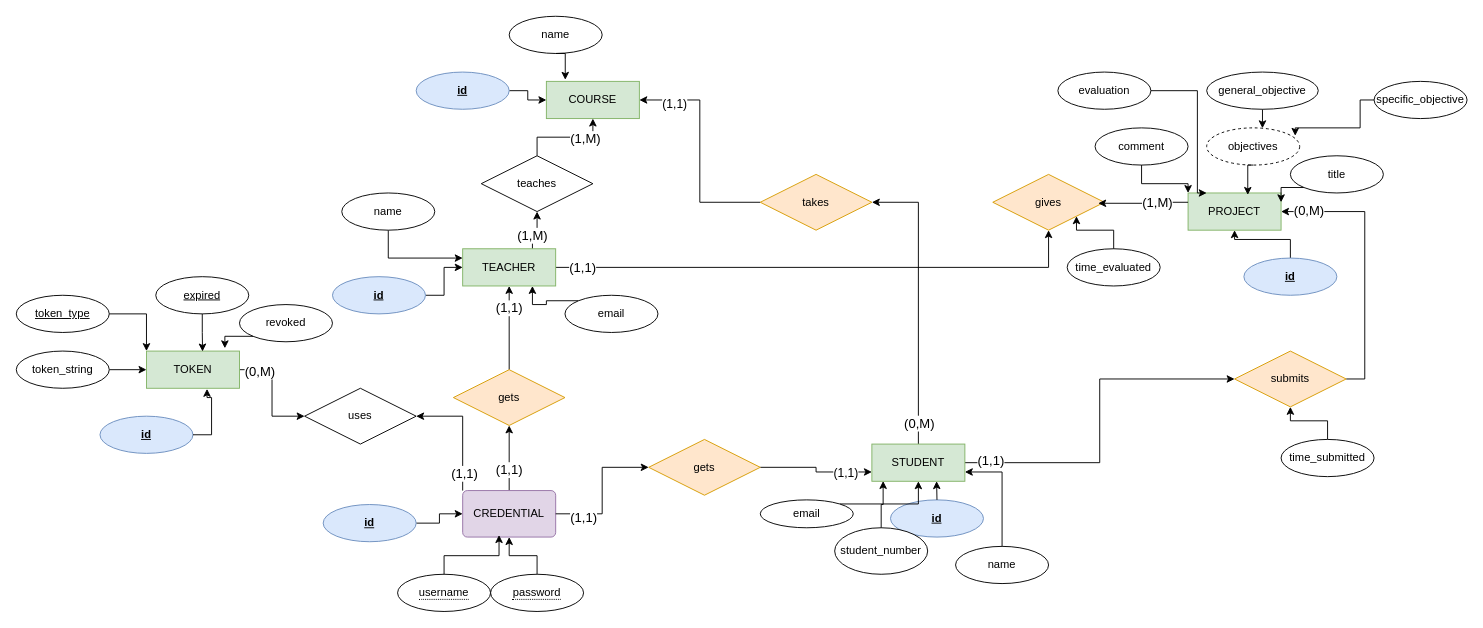
Earlier version of the draw.io diagram rocks_temas.drawio (cerlo-matavel/rocks-temas). Source tidied: cells renumbered, new cells numbered last; positions are measured from the earlier drawing's top-left corner, leaving out a move shared by most shapes. Both pictures are drawn from the tidied source at 93%, with x=0, y=0 at pixel (16, 16).
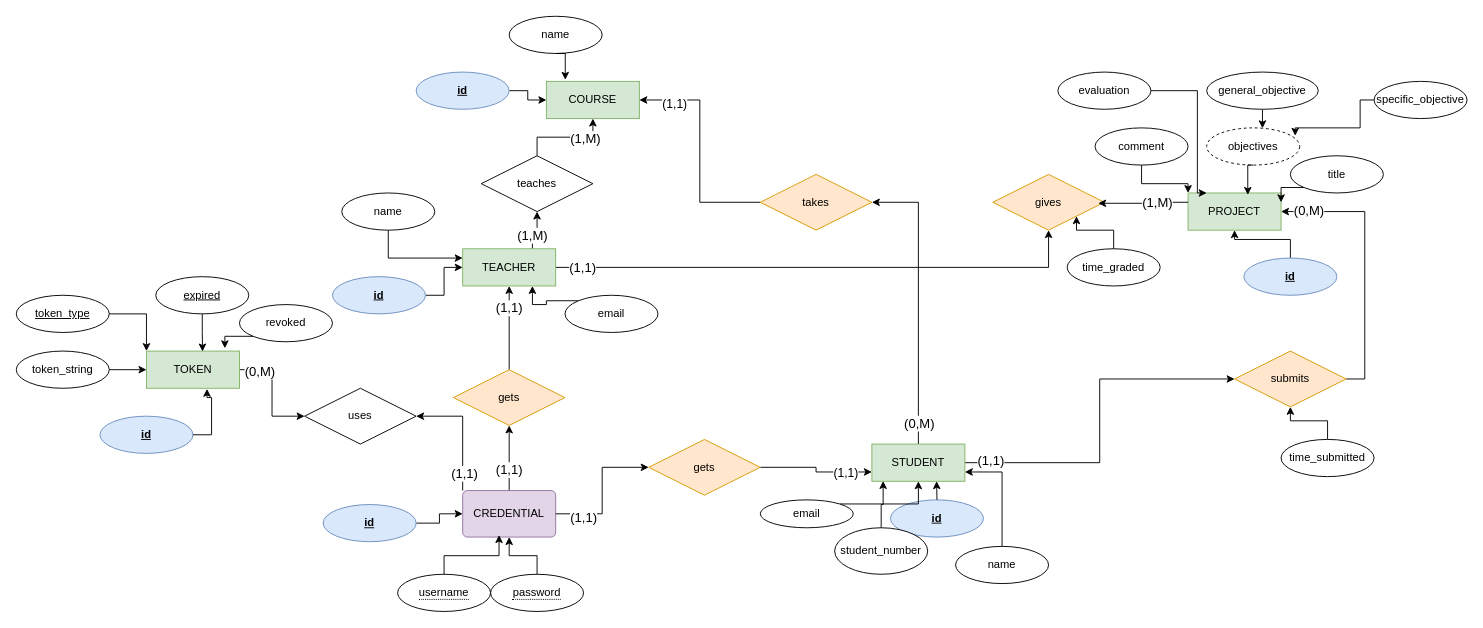
After the change.

What changed in the source:
```diff
@@
-    <mxCell id="86" value="time_evaluated" style="ellipse;whiteSpace=wrap;html=1;align=center;" parent="1" vertex="1">
+    <mxCell id="86" value="time_graded" style="ellipse;whiteSpace=wrap;html=1;align=center;" parent="1" vertex="1">
       <mxGeometry x="1130" y="250" width="100" height="40" as="geometry" />
     </mxCell>
```
